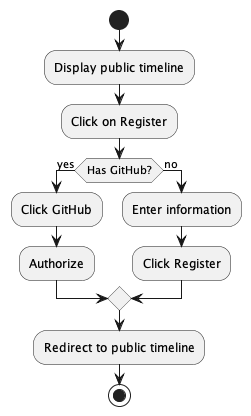
The PlantUML diagram docs/diagrams/ActivityDiagramRegister.png in ITU-BDSA23-GROUP9/Chirp, before a commit.
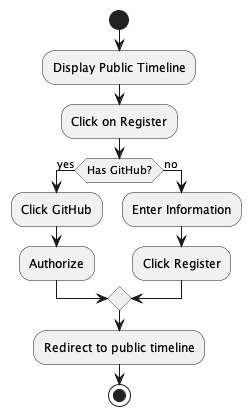
Later version of the same file.

Diff of the diagram source:
```diff
@@ -1,12 +1,12 @@
 @startuml
 start
-:Display public timeline;
+:Display Public Timeline;
 :Click on Register;
 if (Has GitHub?) then (yes)
     :Click GitHub;
     :Authorize;
 else (no)
-    :Enter information;
+    :Enter Information;
     :Click Register;
 endif
 :Redirect to public timeline;
```
